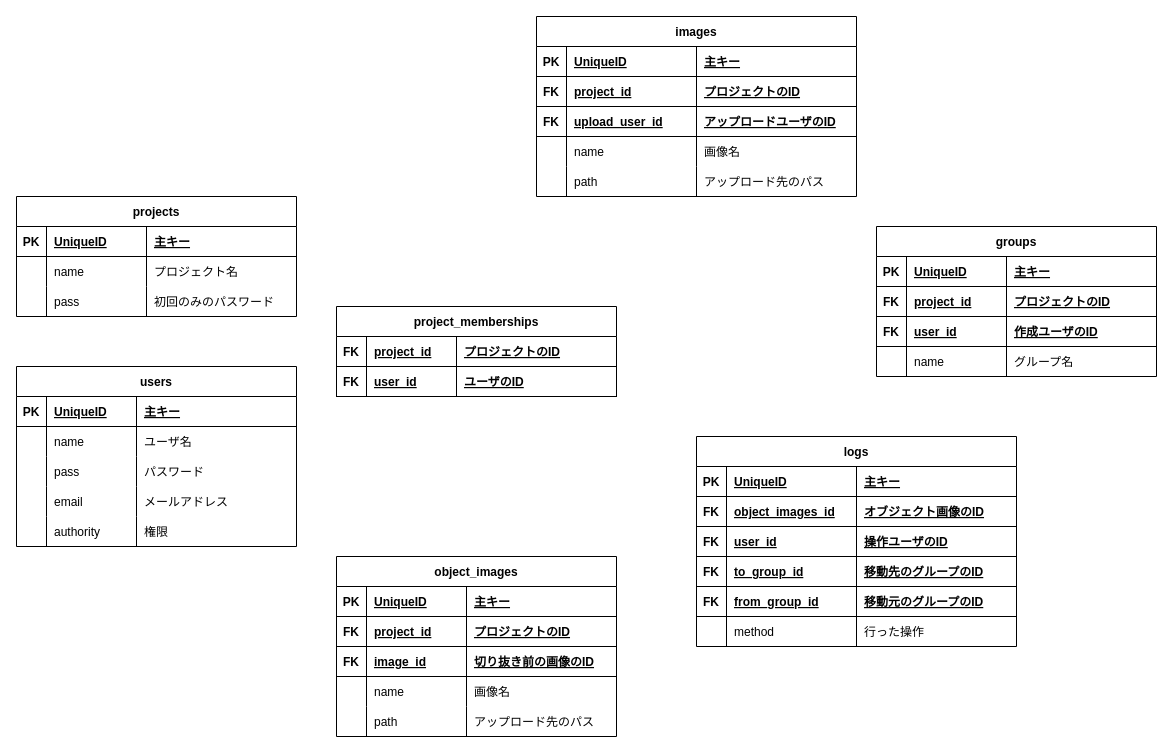
This is ER.dio from shunsuke-kawata/be_classification_for_PSS, a draw.io file, before an edit. Source tidied: cells renumbered, new cells numbered last; positions are measured from the earlier drawing's top-left corner, leaving out a move shared by most shapes. Both pictures are drawn from the tidied source at 100%, with x=0, y=0 at pixel (16, 16).
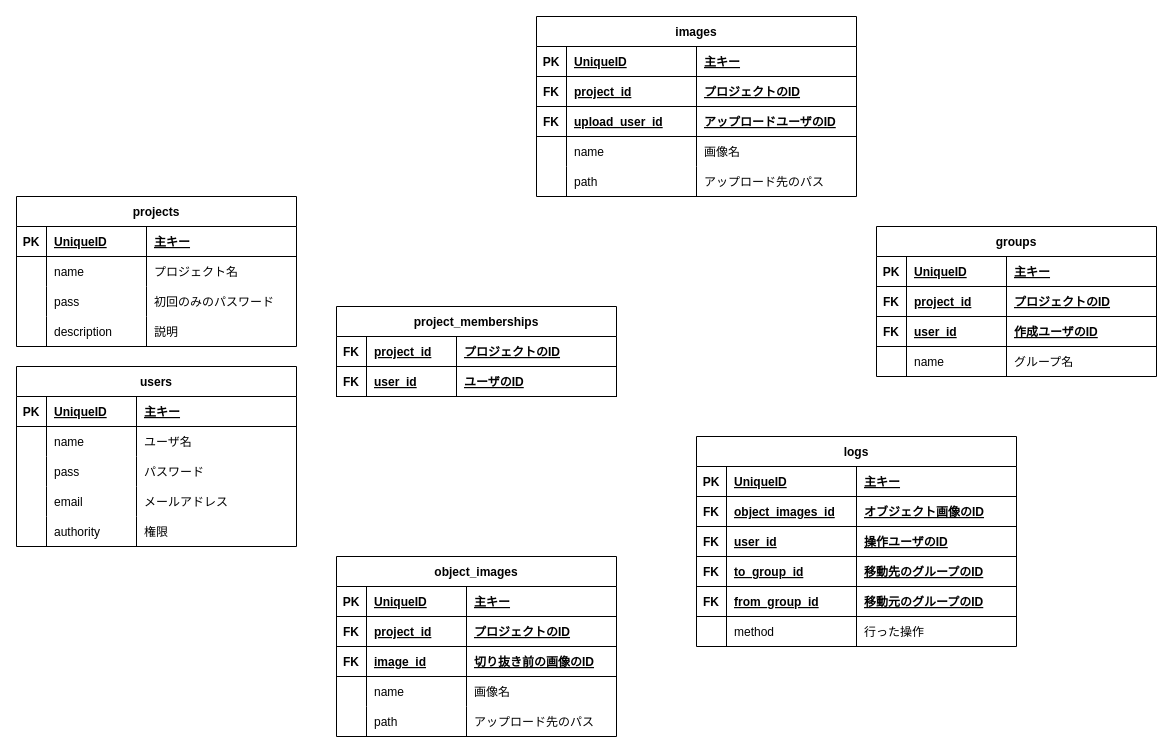
The same page after the edit.

Diff of the diagram source:
```diff
@@
     <mxCell id="23" value="projects" style="shape=table;startSize=30;childLayout=tableLayout;rowLines=0;fontStyle=1;align=center;" parent="1" vertex="1">
-      <mxGeometry y="180" width="280" height="120" as="geometry" />
+      <mxGeometry y="180" width="280" height="150" as="geometry" />
     </mxCell>
@@
+    <mxCell id="129" style="shape=tableRow;horizontal=0;startSize=0;swimlaneHead=0;swimlaneBody=0;fillColor=none;top=0;left=0;right=0;bottom=0;" parent="23" vertex="1">
+      <mxGeometry y="120" width="280" height="30" as="geometry" />
+    </mxCell>
+    <mxCell id="130" style="shape=partialRectangle;fillColor=none;top=0;left=0;bottom=0;right=0;overflow=hidden;" parent="129" vertex="1">
+      <mxGeometry width="30" height="30" as="geometry" />
+    </mxCell>
+    <mxCell id="131" value="description" style="shape=partialRectangle;fillColor=none;top=0;left=0;bottom=0;right=0;align=left;spacingLeft=6;overflow=hidden;" parent="129" vertex="1">
+      <mxGeometry x="30" width="100" height="30" as="geometry" />
+    </mxCell>
+    <mxCell id="132" value="説明" style="shape=partialRectangle;fillColor=none;top=0;left=0;bottom=0;right=0;align=left;spacingLeft=6;overflow=hidden;" parent="129" vertex="1">
+      <mxGeometry x="130" width="150" height="30" as="geometry" />
+    </mxCell>
```
